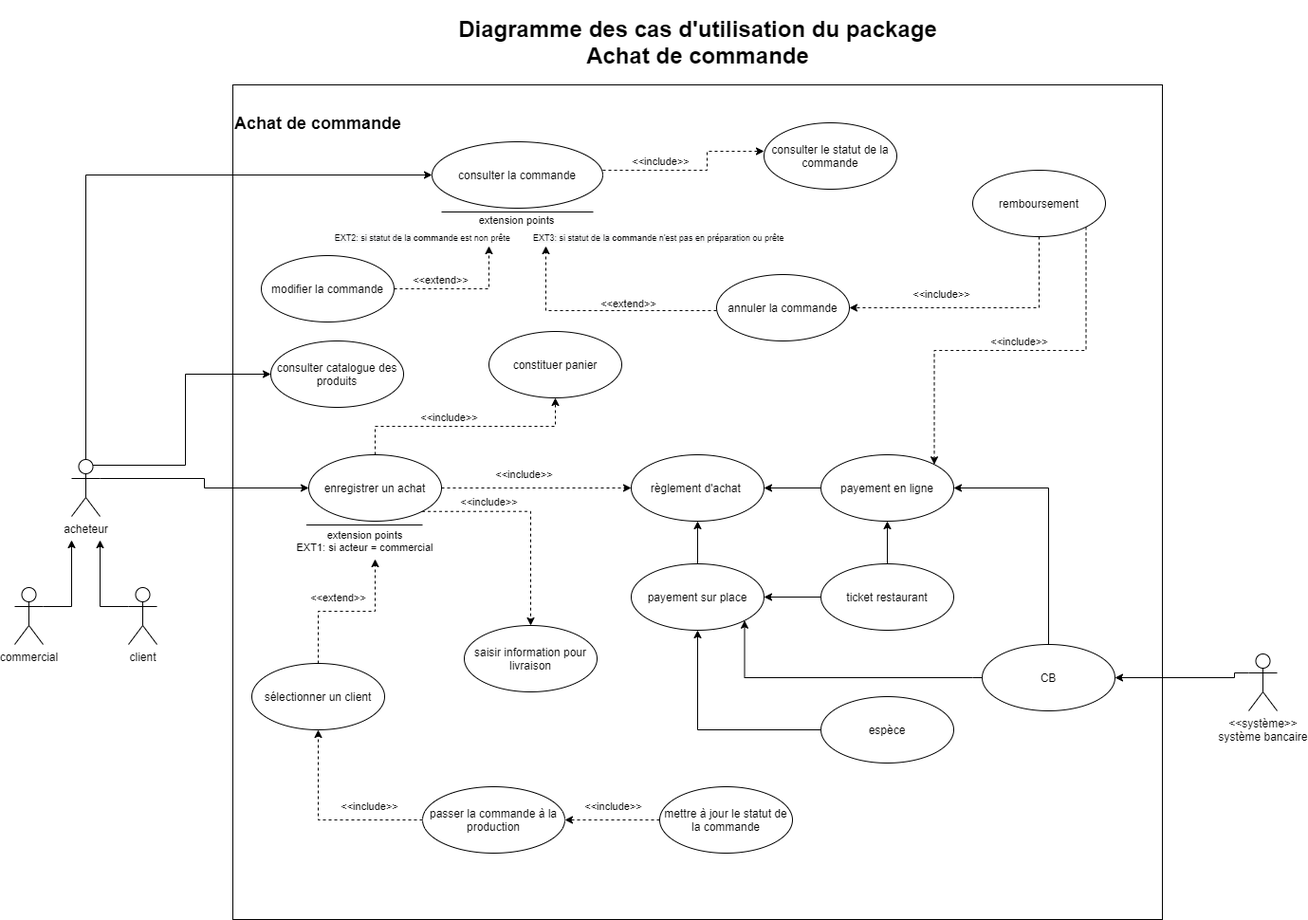
HBaraa/P4_OC-pizza keeps this draw.io diagram as Spécifications fonctionnelles/Diagrammes/diagramme d'achat de commande.png. Above is the earlier version. Source tidied: cells renumbered, new cells last; positions are measured from the earlier drawing's top-left corner, leaving out a move shared by most shapes.
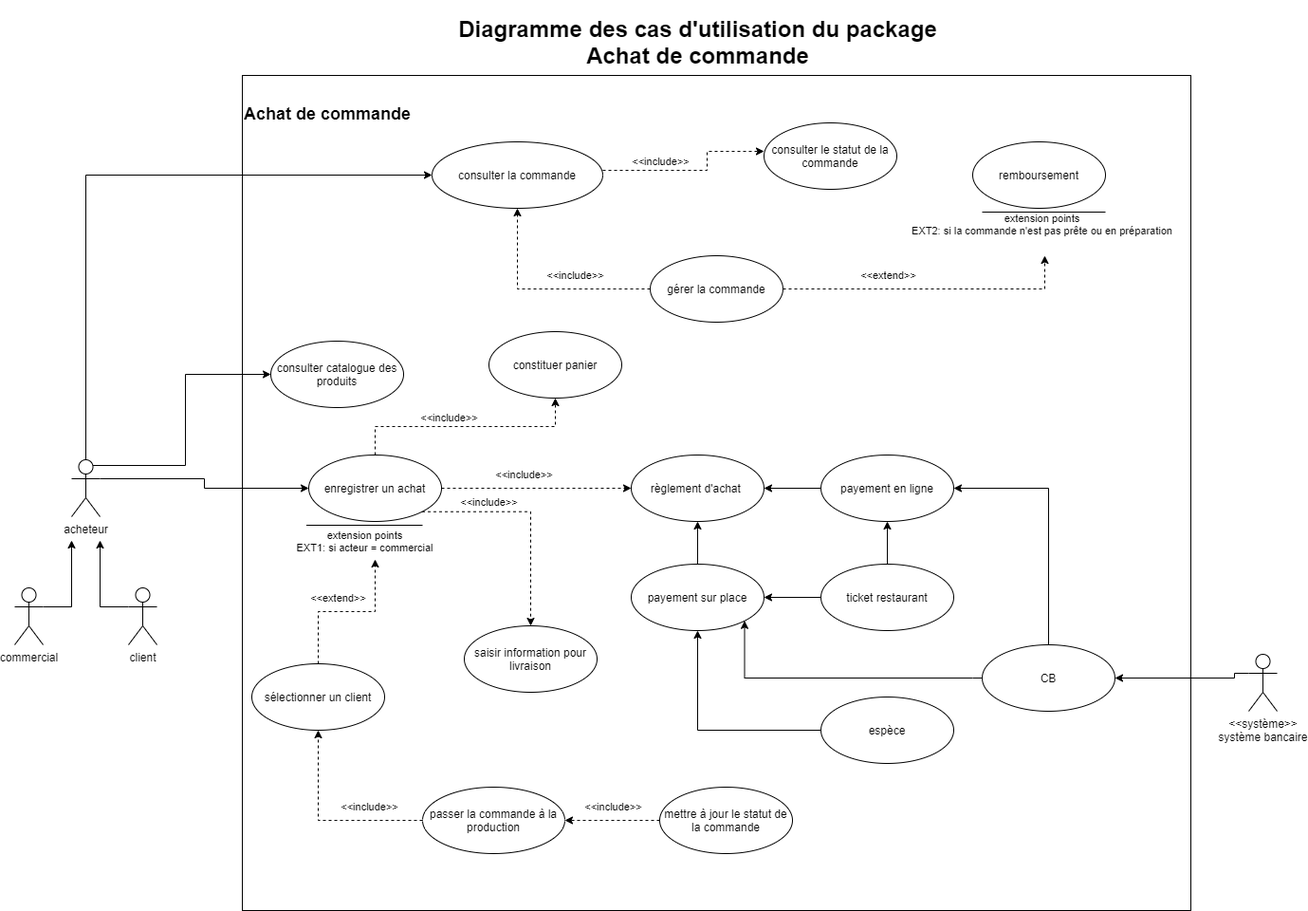
After the change.

Diff of the diagram source:
```diff
@@ -3,7 +3,7 @@
     <mxCell id="0" />
     <mxCell id="1" parent="0" />
     <mxCell id="2" value="&lt;h2&gt;Achat de commande&lt;/h2&gt;&lt;div&gt;&lt;br&gt;&lt;/div&gt;&lt;div&gt;&lt;br&gt;&lt;/div&gt;&lt;div&gt;&lt;br&gt;&lt;/div&gt;&lt;div&gt;&lt;br&gt;&lt;/div&gt;&lt;div&gt;&lt;br&gt;&lt;/div&gt;&lt;div&gt;&lt;br&gt;&lt;/div&gt;&lt;div&gt;&lt;br&gt;&lt;/div&gt;&lt;div&gt;&lt;br&gt;&lt;/div&gt;&lt;div&gt;&lt;br&gt;&lt;/div&gt;&lt;div&gt;&lt;br&gt;&lt;/div&gt;&lt;div&gt;&lt;br&gt;&lt;/div&gt;&lt;div&gt;&lt;br&gt;&lt;/div&gt;&lt;div&gt;&lt;br&gt;&lt;/div&gt;&lt;div&gt;&lt;br&gt;&lt;/div&gt;&lt;div&gt;&lt;br&gt;&lt;/div&gt;&lt;div&gt;&lt;br&gt;&lt;/div&gt;&lt;div&gt;&lt;br&gt;&lt;/div&gt;&lt;div&gt;&lt;br&gt;&lt;/div&gt;&lt;div&gt;&lt;br&gt;&lt;/div&gt;&lt;div&gt;&lt;br&gt;&lt;/div&gt;&lt;div&gt;&lt;br&gt;&lt;/div&gt;&lt;div&gt;&lt;br&gt;&lt;/div&gt;&lt;div&gt;&lt;br&gt;&lt;/div&gt;&lt;br&gt;&lt;br&gt;&lt;br&gt;&lt;br&gt;&lt;br&gt;&lt;br&gt;&lt;br&gt;&lt;br&gt;&lt;br&gt;&lt;br&gt;&lt;br&gt;&lt;br&gt;&lt;br&gt;&lt;br&gt;&lt;br&gt;&lt;br&gt;&lt;br&gt;&lt;br&gt;&lt;br&gt;&lt;br&gt;&lt;br&gt;&lt;br&gt;&lt;br&gt;&lt;br&gt;&lt;br&gt;&lt;br&gt;&lt;br&gt;&lt;br&gt;&lt;br&gt;&lt;br&gt;&lt;br&gt;&lt;br&gt;&lt;br&gt;&lt;br&gt;" style="rounded=0;whiteSpace=wrap;html=1;align=left;" parent="1" vertex="1">
-      <mxGeometry x="230" y="80" width="980" height="880" as="geometry" />
+      <mxGeometry x="240" y="70" width="1000" height="880" as="geometry" />
     </mxCell>
     <mxCell id="3" style="edgeStyle=orthogonalEdgeStyle;rounded=0;jettySize=auto;html=1;exitX=0.75;exitY=0.1;exitDx=0;exitDy=0;exitPerimeter=0;entryX=0;entryY=0.5;entryDx=0;entryDy=0;" parent="1" edge="1" source="7" target="12">
       <mxGeometry relative="1" as="geometry" />
@@ -49,11 +49,6 @@
         <mxPoint y="-9" as="offset" />
       </mxGeometry>
     </mxCell>
-    <mxCell id="15" value="&lt;span style=&quot;font-size: 9px ; background-color: rgb(248 , 249 , 250)&quot;&gt;EXT2: si statut de la&amp;nbsp;&lt;/span&gt;&lt;span style=&quot;font-size: 9px ; font-weight: 700&quot;&gt;comman&lt;/span&gt;&lt;span style=&quot;font-size: 9px ; background-color: rgb(248 , 249 , 250) ; line-height: 9px&quot;&gt;de&amp;nbsp;&lt;/span&gt;&lt;span style=&quot;font-size: 9px&quot;&gt;est non prête&amp;nbsp;&lt;/span&gt;" style="edgeLabel;html=1;align=center;verticalAlign=middle;" parent="13" vertex="1">
-      <mxGeometry x="0.59" y="2" relative="1" as="geometry">
-        <mxPoint x="-119" y="-198" as="offset" />
-      </mxGeometry>
-    </mxCell>
     <mxCell id="16" style="edgeStyle=orthogonalEdgeStyle;rounded=0;jettySize=auto;html=1;exitX=1;exitY=0.5;exitDx=0;exitDy=0;entryX=0;entryY=0.5;entryDx=0;entryDy=0;dashed=1;" parent="1" edge="1" source="20" target="22">
       <mxGeometry relative="1" as="geometry">
         <Array as="points">
@@ -186,78 +181,8 @@
     <mxCell id="48" value="consulter la commande" style="ellipse;whiteSpace=wrap;html=1;" parent="1" vertex="1">
       <mxGeometry x="440" y="140" width="180" height="70" as="geometry" />
     </mxCell>
-    <mxCell id="49" style="edgeStyle=orthogonalEdgeStyle;rounded=0;jettySize=auto;html=1;exitX=1;exitY=0.5;exitDx=0;exitDy=0;dashed=1;" parent="1" edge="1" source="52">
-      <mxGeometry relative="1" as="geometry">
-        <mxPoint x="500" y="250" as="targetPoint" />
-        <Array as="points">
-          <mxPoint x="500" y="295" />
-          <mxPoint x="500" y="250" />
-        </Array>
-      </mxGeometry>
-    </mxCell>
-    <mxCell id="50" value="&amp;lt;&amp;lt;extend&amp;gt;&amp;gt;" style="edgeLabel;html=1;align=center;verticalAlign=middle;" parent="49" vertex="1">
-      <mxGeometry x="0.41" y="1" relative="1" as="geometry">
-        <mxPoint x="-51" y="-8" as="offset" />
-      </mxGeometry>
-    </mxCell>
-    <mxCell id="51" value="extension points" style="edgeLabel;html=1;align=center;verticalAlign=middle;" parent="49" vertex="1">
-      <mxGeometry x="0.81" relative="1" as="geometry">
-        <mxPoint x="28" y="-42" as="offset" />
-      </mxGeometry>
-    </mxCell>
-    <mxCell id="52" value="modifier la commande" style="ellipse;whiteSpace=wrap;html=1;" parent="1" vertex="1">
-      <mxGeometry x="260" y="260" width="140" height="70" as="geometry" />
-    </mxCell>
-    <mxCell id="53" style="edgeStyle=orthogonalEdgeStyle;rounded=0;orthogonalLoop=1;jettySize=auto;html=1;exitX=0;exitY=0.5;exitDx=0;exitDy=0;dashed=1;" parent="1" edge="1">
-      <mxGeometry relative="1" as="geometry">
-        <mxPoint x="740" y="318" as="sourcePoint" />
-        <mxPoint x="560" y="250" as="targetPoint" />
-        <Array as="points">
-          <mxPoint x="560" y="318" />
-        </Array>
-      </mxGeometry>
-    </mxCell>
-    <mxCell id="54" value="&amp;lt;&amp;lt;extend&amp;gt;&amp;gt;" style="edgeLabel;html=1;align=center;verticalAlign=middle;" parent="53" vertex="1">
-      <mxGeometry x="-0.17" relative="1" as="geometry">
-        <mxPoint x="9" y="-8" as="offset" />
-      </mxGeometry>
-    </mxCell>
-    <mxCell id="55" value="annuler la commande" style="ellipse;whiteSpace=wrap;html=1;" parent="1" vertex="1">
-      <mxGeometry x="740" y="280" width="140" height="70" as="geometry" />
-    </mxCell>
-    <mxCell id="56" style="line;strokeWidth=1;fillColor=none;align=left;verticalAlign=middle;spacingTop=-1;spacingLeft=3;spacingRight=3;labelPosition=right;" parent="1" vertex="1">
-      <mxGeometry x="450" y="210" width="160" height="8" as="geometry" />
-    </mxCell>
-    <mxCell id="57" value="&lt;span style=&quot;font-size: 9px ; background-color: rgb(248 , 249 , 250)&quot;&gt;EXT3: si statut de la&amp;nbsp;&lt;/span&gt;&lt;span style=&quot;font-size: 9px ; font-weight: 700&quot;&gt;comman&lt;/span&gt;&lt;span style=&quot;font-size: 9px ; background-color: rgb(248 , 249 , 250) ; line-height: 9px&quot;&gt;de n'est pas en préparation ou&lt;/span&gt;&lt;span style=&quot;font-size: 9px&quot;&gt;&amp;nbsp;prête&amp;nbsp;&lt;/span&gt;" style="edgeLabel;html=1;align=center;verticalAlign=middle;" parent="1" vertex="1">
-      <mxGeometry x="680" y="240" as="geometry" />
-    </mxCell>
-    <mxCell id="58" style="edgeStyle=orthogonalEdgeStyle;rounded=0;jettySize=auto;html=1;exitX=0.5;exitY=1;exitDx=0;exitDy=0;entryX=1;entryY=0.5;entryDx=0;entryDy=0;dashed=1;" parent="1" edge="1" source="62" target="55">
-      <mxGeometry relative="1" as="geometry">
-        <Array as="points">
-          <mxPoint x="1080" y="315" />
-        </Array>
-      </mxGeometry>
-    </mxCell>
-    <mxCell id="59" value="&amp;lt;&amp;lt;include&amp;gt;&amp;gt;" style="edgeLabel;html=1;align=center;verticalAlign=middle;" parent="58" vertex="1">
-      <mxGeometry x="0.53" y="-1" relative="1" as="geometry">
-        <mxPoint x="31.7" y="-14" as="offset" />
-      </mxGeometry>
-    </mxCell>
-    <mxCell id="60" style="edgeStyle=orthogonalEdgeStyle;rounded=0;jettySize=auto;html=1;exitX=1;exitY=1;exitDx=0;exitDy=0;entryX=1;entryY=0;entryDx=0;entryDy=0;dashed=1;" parent="1" edge="1" source="62" target="32">
-      <mxGeometry relative="1" as="geometry">
-        <Array as="points">
-          <mxPoint x="1130" y="360" />
-          <mxPoint x="970" y="360" />
-        </Array>
-      </mxGeometry>
-    </mxCell>
-    <mxCell id="61" value="&amp;lt;&amp;lt;include&amp;gt;&amp;gt;" style="edgeLabel;html=1;align=center;verticalAlign=middle;" parent="60" vertex="1">
-      <mxGeometry x="-0.02" y="-2" relative="1" as="geometry">
-        <mxPoint y="-8" as="offset" />
-      </mxGeometry>
-    </mxCell>
     <mxCell id="62" value="remboursement" style="ellipse;whiteSpace=wrap;html=1;labelBackgroundColor=#FFFFFF;" parent="1" vertex="1">
-      <mxGeometry x="1010" y="170" width="140" height="70" as="geometry" />
+      <mxGeometry x="1010" y="140" width="140" height="70" as="geometry" />
     </mxCell>
     <mxCell id="63" value="consulter le statut de la commande" style="ellipse;whiteSpace=wrap;html=1;" parent="1" vertex="1">
       <mxGeometry x="790" y="120" width="140" height="70" as="geometry" />
@@ -273,5 +198,37 @@
     <mxCell id="66" value="mettre à jour le statut de la commande" style="ellipse;whiteSpace=wrap;html=1;" parent="1" vertex="1">
       <mxGeometry x="680" y="820" width="140" height="70" as="geometry" />
     </mxCell>
+    <mxCell id="67" style="edgeStyle=orthogonalEdgeStyle;rounded=0;jettySize=auto;html=1;exitX=0;exitY=0.5;exitDx=0;exitDy=0;dashed=1;" parent="1" edge="1" source="72" target="48">
+      <mxGeometry relative="1" as="geometry" />
+    </mxCell>
+    <mxCell id="68" value="&amp;lt;&amp;lt;include&amp;gt;&amp;gt;" style="edgeLabel;html=1;align=center;verticalAlign=middle;" parent="67" vertex="1">
+      <mxGeometry x="-0.02" y="3" relative="1" as="geometry">
+        <mxPoint x="30" y="-18" as="offset" />
+      </mxGeometry>
+    </mxCell>
+    <mxCell id="69" style="edgeStyle=orthogonalEdgeStyle;rounded=0;jettySize=auto;html=1;exitX=1;exitY=0.5;exitDx=0;exitDy=0;dashed=1;" parent="1" edge="1" source="72">
+      <mxGeometry relative="1" as="geometry">
+        <mxPoint x="1086" y="260" as="targetPoint" />
+        <Array as="points">
+          <mxPoint x="1086" y="295" />
+        </Array>
+      </mxGeometry>
+    </mxCell>
+    <mxCell id="70" value="&amp;lt;&amp;lt;extend&amp;gt;&amp;gt;" style="edgeLabel;html=1;align=center;verticalAlign=middle;" parent="69" vertex="1">
+      <mxGeometry x="0.62" y="-2" relative="1" as="geometry">
+        <mxPoint x="-142" y="-17" as="offset" />
+      </mxGeometry>
+    </mxCell>
+    <mxCell id="71" value="extension points&lt;br&gt;EXT2: si la commande n'est pas prête ou en préparation" style="edgeLabel;html=1;align=center;verticalAlign=middle;" parent="69" vertex="1">
+      <mxGeometry x="0.8" relative="1" as="geometry">
+        <mxPoint x="-4" y="-65" as="offset" />
+      </mxGeometry>
+    </mxCell>
+    <mxCell id="72" value="gérer la commande" style="ellipse;whiteSpace=wrap;html=1;" parent="1" vertex="1">
+      <mxGeometry x="670" y="260" width="140" height="70" as="geometry" />
+    </mxCell>
+    <mxCell id="73" style="line;strokeWidth=1;fillColor=none;align=left;verticalAlign=middle;spacingTop=-1;spacingLeft=3;spacingRight=3;labelPosition=right;" parent="1" vertex="1">
+      <mxGeometry x="1020" y="210" width="130" height="8" as="geometry" />
+    </mxCell>
   </root>
 </mxGraphModel>
```
